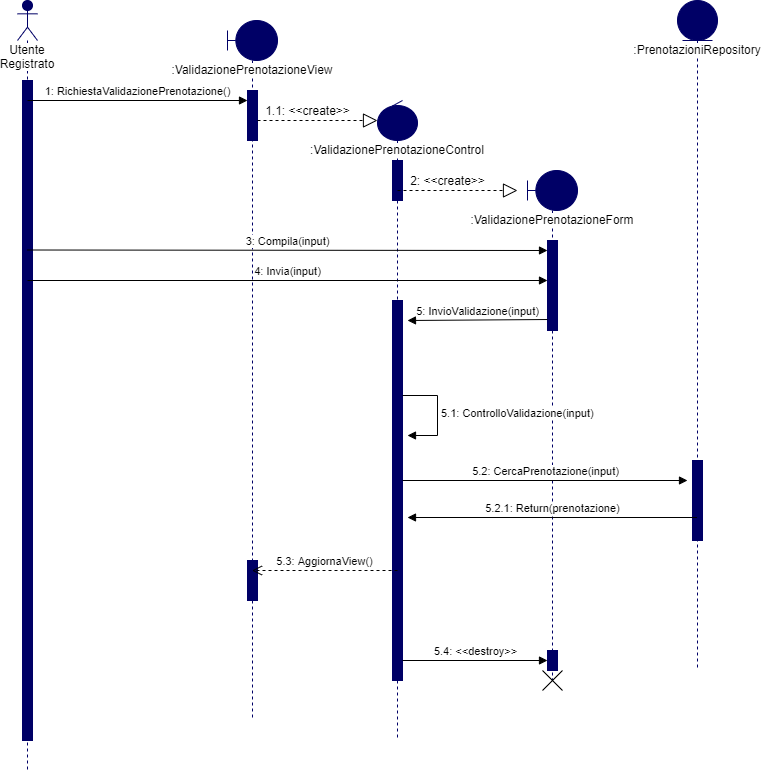
Earlier version of the draw.io export Documenti/Sequence Diagram/Validazione Prenotazione/Validazione Prenotazione SD (fixed).png (Givaa/MedQueue). Source tidied: cells renumbered, new cells last; positions are measured from the earlier drawing's top-left corner, leaving out a move shared by most shapes. The source it was exported from:
```xml
<mxGraphModel background="#ffffff">
  <root>
    <mxCell id="0" />
    <mxCell id="1" parent="0" />
    <mxCell id="2" value="&lt;span style=&quot;background-color: rgb(255 , 255 , 255)&quot;&gt;Utente Registrato&lt;/span&gt;" style="shape=umlLifeline;participant=umlActor;perimeter=lifelinePerimeter;whiteSpace=wrap;html=1;verticalAlign=top;spacingTop=36;strokeColor=#000066;fillColor=#000066;" parent="1" vertex="1">
      <mxGeometry width="20" height="770" as="geometry" />
    </mxCell>
    <mxCell id="3" style="html=1;perimeter=orthogonalPerimeter;strokeColor=#000066;fillColor=#000066;" parent="2" vertex="1">
      <mxGeometry x="5" y="80" width="10" height="660" as="geometry" />
    </mxCell>
    <mxCell id="4" value="1: RichiestaValidazionePrenotazione()" style="html=1;verticalAlign=bottom;endArrow=block;" parent="1" edge="1">
      <mxGeometry relative="1" as="geometry">
        <mxPoint x="10" y="100" as="sourcePoint" />
        <mxPoint x="230" y="100" as="targetPoint" />
      </mxGeometry>
    </mxCell>
    <mxCell id="5" value="&lt;span style=&quot;background-color: rgb(255 , 255 , 255)&quot;&gt;:ValidazionePrenotazioneView&lt;/span&gt;" style="shape=umlLifeline;participant=umlBoundary;perimeter=lifelinePerimeter;whiteSpace=wrap;html=1;verticalAlign=top;spacingTop=36;outlineConnect=0;strokeColor=#000066;fillColor=#000066;" parent="1" vertex="1">
      <mxGeometry x="210" y="20" width="50" height="700" as="geometry" />
    </mxCell>
    <mxCell id="6" style="html=1;perimeter=orthogonalPerimeter;strokeColor=#000066;fillColor=#000066;" parent="5" vertex="1">
      <mxGeometry x="20" y="70" width="10" height="50" as="geometry" />
    </mxCell>
    <mxCell id="7" style="html=1;perimeter=orthogonalPerimeter;strokeColor=#000066;fillColor=#000066;" parent="5" vertex="1">
      <mxGeometry x="20" y="540" width="10" height="40" as="geometry" />
    </mxCell>
    <mxCell id="8" style="endArrow=block;dashed=1;endFill=0;endSize=12;html=1;" parent="1" edge="1">
      <mxGeometry relative="1" as="geometry">
        <mxPoint x="240" y="120" as="sourcePoint" />
        <mxPoint x="360" y="120" as="targetPoint" />
      </mxGeometry>
    </mxCell>
    <mxCell id="9" value="1.1: &amp;lt;&amp;lt;create&amp;gt;&amp;gt;" style="text;html=1;align=center;verticalAlign=middle;" parent="1" vertex="1">
      <mxGeometry x="240" y="100" width="100" height="20" as="geometry" />
    </mxCell>
    <mxCell id="10" value="&lt;span style=&quot;background-color: rgb(255 , 255 , 255)&quot;&gt;:ValidazionePrenotazioneControl&lt;/span&gt;" style="shape=umlLifeline;participant=umlControl;perimeter=lifelinePerimeter;whiteSpace=wrap;html=1;verticalAlign=top;spacingTop=36;strokeColor=#000066;fillColor=#000066;" parent="1" vertex="1">
      <mxGeometry x="360" y="100" width="40" height="640" as="geometry" />
    </mxCell>
    <mxCell id="11" style="html=1;perimeter=orthogonalPerimeter;strokeColor=#000066;fillColor=#000066;" parent="10" vertex="1">
      <mxGeometry x="15" y="60" width="10" height="40" as="geometry" />
    </mxCell>
    <mxCell id="12" style="html=1;perimeter=orthogonalPerimeter;strokeColor=#000066;fillColor=#000066;" parent="10" vertex="1">
      <mxGeometry x="15" y="200" width="10" height="380" as="geometry" />
    </mxCell>
    <mxCell id="13" style="endArrow=block;dashed=1;endFill=0;endSize=12;html=1;" parent="1" edge="1">
      <mxGeometry relative="1" as="geometry">
        <mxPoint x="380" y="190" as="sourcePoint" />
        <mxPoint x="500" y="190" as="targetPoint" />
      </mxGeometry>
    </mxCell>
    <mxCell id="14" value="2: &amp;lt;&amp;lt;create&amp;gt;&amp;gt;" style="text;html=1;align=center;verticalAlign=middle;" parent="1" vertex="1">
      <mxGeometry x="385" y="170" width="90" height="20" as="geometry" />
    </mxCell>
    <mxCell id="15" value="&lt;span style=&quot;background-color: rgb(255 , 255 , 255)&quot;&gt;:ValidazionePrenotazioneForm&lt;/span&gt;" style="shape=umlLifeline;participant=umlBoundary;perimeter=lifelinePerimeter;whiteSpace=wrap;html=1;verticalAlign=top;spacingTop=36;outlineConnect=0;strokeColor=#000066;fillColor=#000066;" parent="1" vertex="1">
      <mxGeometry x="510" y="170" width="50" height="510" as="geometry" />
    </mxCell>
    <mxCell id="16" style="html=1;points=[];perimeter=orthogonalPerimeter;strokeColor=#000066;fillColor=#000066;" parent="15" vertex="1">
      <mxGeometry x="20" y="70" width="10" height="90" as="geometry" />
    </mxCell>
    <mxCell id="17" style="html=1;points=[];perimeter=orthogonalPerimeter;strokeColor=#000066;fillColor=#000066;" parent="15" vertex="1">
      <mxGeometry x="20" y="480" width="10" height="20" as="geometry" />
    </mxCell>
    <mxCell id="18" value="3: Compila(input)" style="html=1;verticalAlign=bottom;endArrow=block;" parent="1" edge="1">
      <mxGeometry relative="1" as="geometry">
        <mxPoint x="10" y="249.5" as="sourcePoint" />
        <mxPoint x="530" y="250" as="targetPoint" />
      </mxGeometry>
    </mxCell>
    <mxCell id="19" value="4: Invia(input)" style="html=1;verticalAlign=bottom;endArrow=block;" parent="1" edge="1">
      <mxGeometry relative="1" as="geometry">
        <mxPoint x="10" y="280" as="sourcePoint" />
        <mxPoint x="530" y="280" as="targetPoint" />
      </mxGeometry>
    </mxCell>
    <mxCell id="20" value="5: InvioValidazione(input)" style="html=1;verticalAlign=bottom;endArrow=block;exitX=0;exitY=0.878;exitDx=0;exitDy=0;exitPerimeter=0;" parent="1" edge="1" source="16">
      <mxGeometry relative="1" as="geometry">
        <mxPoint x="390" y="320" as="targetPoint" />
      </mxGeometry>
    </mxCell>
    <mxCell id="21" value="5.1: ControlloValidazione(input)" style="edgeStyle=orthogonalEdgeStyle;html=1;align=left;spacingLeft=2;endArrow=block;rounded=0;" parent="1" edge="1">
      <mxGeometry relative="1" as="geometry">
        <mxPoint x="385" y="395" as="sourcePoint" />
        <mxPoint x="390" y="435" as="targetPoint" />
        <Array as="points">
          <mxPoint x="420" y="395" />
          <mxPoint x="420" y="435" />
        </Array>
      </mxGeometry>
    </mxCell>
    <mxCell id="22" value="&lt;span style=&quot;background-color: rgb(255 , 255 , 255)&quot;&gt;:PrenotazioniRepository&lt;/span&gt;" style="shape=umlLifeline;participant=umlEntity;perimeter=lifelinePerimeter;whiteSpace=wrap;html=1;verticalAlign=top;spacingTop=36;outlineConnect=0;strokeColor=#000066;fillColor=#000066;" parent="1" vertex="1">
      <mxGeometry x="660" width="40" height="670" as="geometry" />
    </mxCell>
    <mxCell id="23" style="html=1;perimeter=orthogonalPerimeter;strokeColor=#000066;fillColor=#000066;" parent="22" vertex="1">
      <mxGeometry x="15" y="460" width="10" height="80" as="geometry" />
    </mxCell>
    <mxCell id="24" value="5.2: CercaPrenotazione(input)" style="html=1;verticalAlign=bottom;endArrow=block;" parent="1" edge="1">
      <mxGeometry relative="1" as="geometry">
        <mxPoint x="385" y="480" as="sourcePoint" />
        <mxPoint x="670" y="480" as="targetPoint" />
      </mxGeometry>
    </mxCell>
    <mxCell id="25" value="5.2.1: Return(prenotazione)" style="html=1;verticalAlign=bottom;endArrow=block;" parent="1" edge="1" source="22">
      <mxGeometry relative="1" as="geometry">
        <mxPoint x="390" y="517" as="targetPoint" />
      </mxGeometry>
    </mxCell>
    <mxCell id="26" value="5.3: AggiornaView()" style="html=1;verticalAlign=bottom;endArrow=open;dashed=1;endSize=8;" parent="1" edge="1" target="5">
      <mxGeometry relative="1" as="geometry">
        <mxPoint x="380" y="570" as="sourcePoint" />
      </mxGeometry>
    </mxCell>
    <mxCell id="27" value="5.4: &amp;lt;&amp;lt;destroy&amp;gt;&amp;gt;" style="html=1;verticalAlign=bottom;endArrow=block;" parent="1" edge="1">
      <mxGeometry relative="1" as="geometry">
        <mxPoint x="385" y="660" as="sourcePoint" />
        <mxPoint x="530" y="660" as="targetPoint" />
      </mxGeometry>
    </mxCell>
    <mxCell id="28" style="shape=umlDestroy;fillColor=#000066;" parent="1" vertex="1">
      <mxGeometry x="525" y="670" width="20" height="20" as="geometry" />
    </mxCell>
  </root>
</mxGraphModel>
```
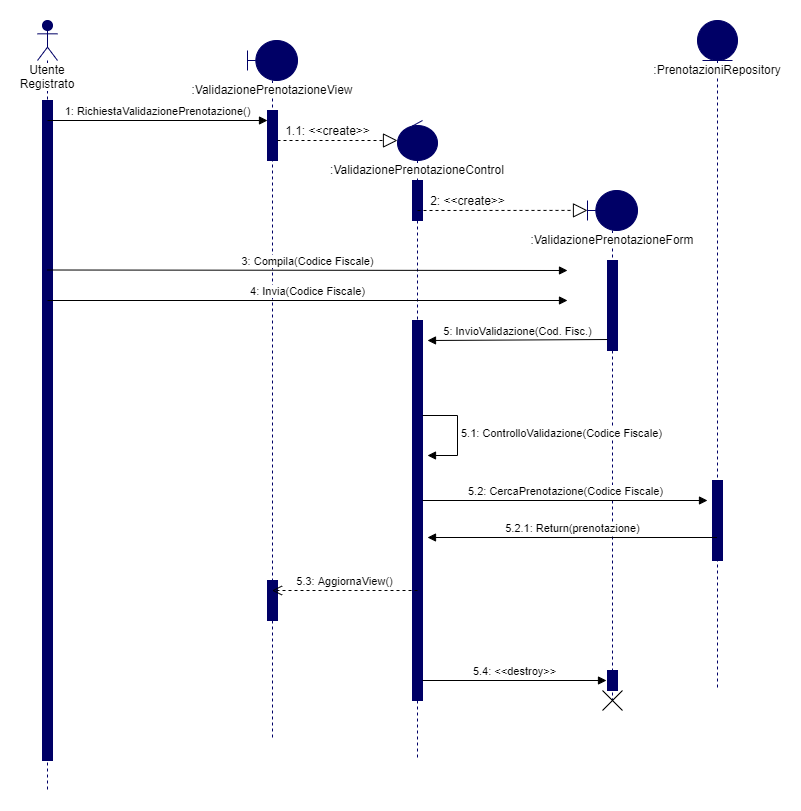
The same file after the commit.

Commit message:
Updated Validazione Coda Use Case

The edit, as a diff of the source:
```diff
@@ -41,17 +41,16 @@
     <mxCell id="12" style="html=1;perimeter=orthogonalPerimeter;strokeColor=#000066;fillColor=#000066;" parent="10" vertex="1">
       <mxGeometry x="15" y="200" width="10" height="380" as="geometry" />
     </mxCell>
-    <mxCell id="13" style="endArrow=block;dashed=1;endFill=0;endSize=12;html=1;" parent="1" edge="1">
+    <mxCell id="13" style="endArrow=block;dashed=1;endFill=0;endSize=12;html=1;entryX=0;entryY=0.039;entryDx=0;entryDy=0;entryPerimeter=0;" parent="1" edge="1" target="15">
       <mxGeometry relative="1" as="geometry">
         <mxPoint x="380" y="190" as="sourcePoint" />
-        <mxPoint x="500" y="190" as="targetPoint" />
       </mxGeometry>
     </mxCell>
     <mxCell id="14" value="2: &amp;lt;&amp;lt;create&amp;gt;&amp;gt;" style="text;html=1;align=center;verticalAlign=middle;" parent="1" vertex="1">
       <mxGeometry x="385" y="170" width="90" height="20" as="geometry" />
     </mxCell>
     <mxCell id="15" value="&lt;span style=&quot;background-color: rgb(255 , 255 , 255)&quot;&gt;:ValidazionePrenotazioneForm&lt;/span&gt;" style="shape=umlLifeline;participant=umlBoundary;perimeter=lifelinePerimeter;whiteSpace=wrap;html=1;verticalAlign=top;spacingTop=36;outlineConnect=0;strokeColor=#000066;fillColor=#000066;" parent="1" vertex="1">
-      <mxGeometry x="510" y="170" width="50" height="510" as="geometry" />
+      <mxGeometry x="550" y="170" width="50" height="510" as="geometry" />
     </mxCell>
     <mxCell id="16" style="html=1;points=[];perimeter=orthogonalPerimeter;strokeColor=#000066;fillColor=#000066;" parent="15" vertex="1">
       <mxGeometry x="20" y="70" width="10" height="90" as="geometry" />
@@ -59,24 +58,24 @@
     <mxCell id="17" style="html=1;points=[];perimeter=orthogonalPerimeter;strokeColor=#000066;fillColor=#000066;" parent="15" vertex="1">
       <mxGeometry x="20" y="480" width="10" height="20" as="geometry" />
     </mxCell>
-    <mxCell id="18" value="3: Compila(input)" style="html=1;verticalAlign=bottom;endArrow=block;" parent="1" edge="1">
+    <mxCell id="18" value="3: Compila(Codice Fiscale)" style="html=1;verticalAlign=bottom;endArrow=block;" parent="1" edge="1">
       <mxGeometry relative="1" as="geometry">
         <mxPoint x="10" y="249.5" as="sourcePoint" />
         <mxPoint x="530" y="250" as="targetPoint" />
       </mxGeometry>
     </mxCell>
-    <mxCell id="19" value="4: Invia(input)" style="html=1;verticalAlign=bottom;endArrow=block;" parent="1" edge="1">
+    <mxCell id="19" value="4: Invia(Codice Fiscale)" style="html=1;verticalAlign=bottom;endArrow=block;" parent="1" edge="1">
       <mxGeometry relative="1" as="geometry">
         <mxPoint x="10" y="280" as="sourcePoint" />
         <mxPoint x="530" y="280" as="targetPoint" />
       </mxGeometry>
     </mxCell>
-    <mxCell id="20" value="5: InvioValidazione(input)" style="html=1;verticalAlign=bottom;endArrow=block;exitX=0;exitY=0.878;exitDx=0;exitDy=0;exitPerimeter=0;" parent="1" edge="1" source="16">
+    <mxCell id="20" value="5: InvioValidazione(Cod. Fisc.)" style="html=1;verticalAlign=bottom;endArrow=block;exitX=0;exitY=0.878;exitDx=0;exitDy=0;exitPerimeter=0;" parent="1" edge="1" source="16">
       <mxGeometry relative="1" as="geometry">
         <mxPoint x="390" y="320" as="targetPoint" />
       </mxGeometry>
     </mxCell>
-    <mxCell id="21" value="5.1: ControlloValidazione(input)" style="edgeStyle=orthogonalEdgeStyle;html=1;align=left;spacingLeft=2;endArrow=block;rounded=0;" parent="1" edge="1">
+    <mxCell id="21" value="5.1: ControlloValidazione(Codice Fiscale)" style="edgeStyle=orthogonalEdgeStyle;html=1;align=left;spacingLeft=2;endArrow=block;rounded=0;" parent="1" edge="1">
       <mxGeometry relative="1" as="geometry">
         <mxPoint x="385" y="395" as="sourcePoint" />
         <mxPoint x="390" y="435" as="targetPoint" />
@@ -92,7 +91,7 @@
     <mxCell id="23" style="html=1;perimeter=orthogonalPerimeter;strokeColor=#000066;fillColor=#000066;" parent="22" vertex="1">
       <mxGeometry x="15" y="460" width="10" height="80" as="geometry" />
     </mxCell>
-    <mxCell id="24" value="5.2: CercaPrenotazione(input)" style="html=1;verticalAlign=bottom;endArrow=block;" parent="1" edge="1">
+    <mxCell id="24" value="5.2: CercaPrenotazione(Codice Fiscale)" style="html=1;verticalAlign=bottom;endArrow=block;" parent="1" edge="1">
       <mxGeometry relative="1" as="geometry">
         <mxPoint x="385" y="480" as="sourcePoint" />
         <mxPoint x="670" y="480" as="targetPoint" />
@@ -108,14 +107,13 @@
         <mxPoint x="380" y="570" as="sourcePoint" />
       </mxGeometry>
     </mxCell>
-    <mxCell id="27" value="5.4: &amp;lt;&amp;lt;destroy&amp;gt;&amp;gt;" style="html=1;verticalAlign=bottom;endArrow=block;" parent="1" edge="1">
+    <mxCell id="27" value="5.4: &amp;lt;&amp;lt;destroy&amp;gt;&amp;gt;" style="html=1;verticalAlign=bottom;endArrow=block;entryX=-0.1;entryY=0.5;entryDx=0;entryDy=0;entryPerimeter=0;" parent="1" edge="1" target="17">
       <mxGeometry relative="1" as="geometry">
         <mxPoint x="385" y="660" as="sourcePoint" />
-        <mxPoint x="530" y="660" as="targetPoint" />
       </mxGeometry>
     </mxCell>
     <mxCell id="28" style="shape=umlDestroy;fillColor=#000066;" parent="1" vertex="1">
-      <mxGeometry x="525" y="670" width="20" height="20" as="geometry" />
+      <mxGeometry x="565" y="670" width="20" height="20" as="geometry" />
     </mxCell>
   </root>
 </mxGraphModel>
```
